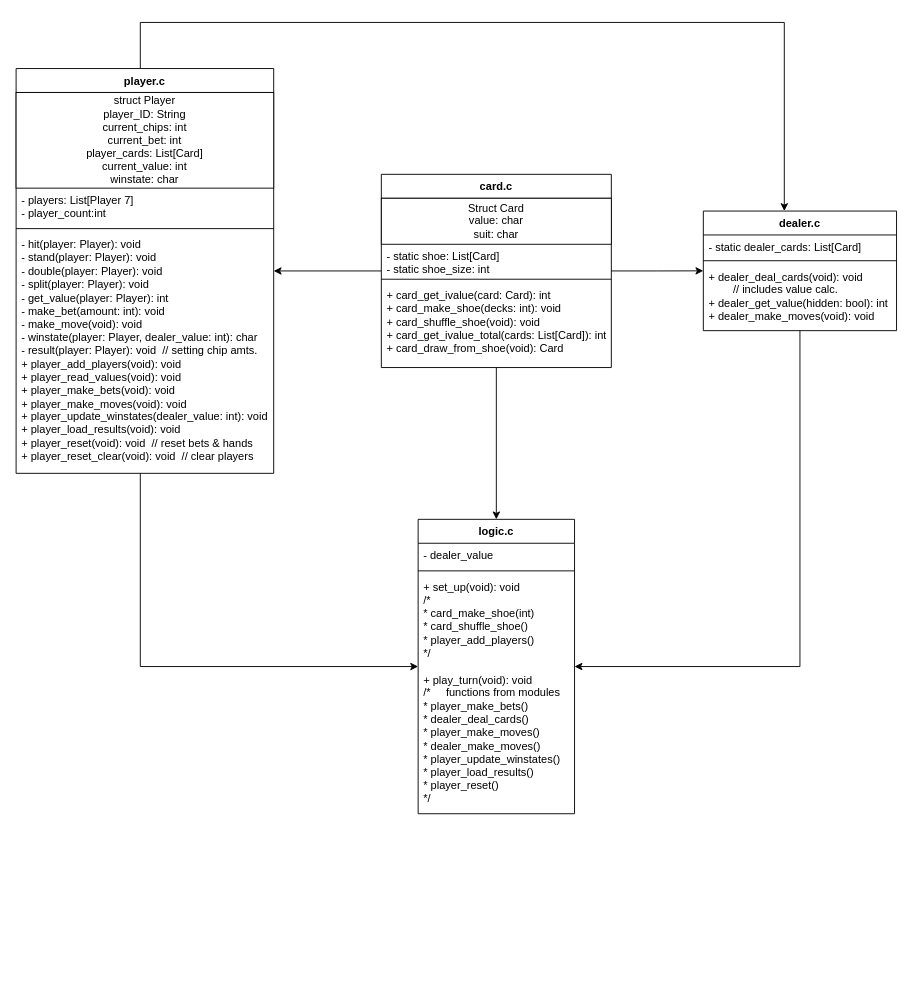
BigDave0071/BlackJackRemake keeps this draw.io diagram as misc/BlackJackRemakeUML.drawio. Above is the earlier version. Source tidied: cells renumbered, new cells numbered last; positions are measured from the earlier drawing's top-left corner, leaving out a move shared by most shapes. Both pictures are drawn from the tidied source at 92%, with x=0, y=0 at pixel (16, 22).
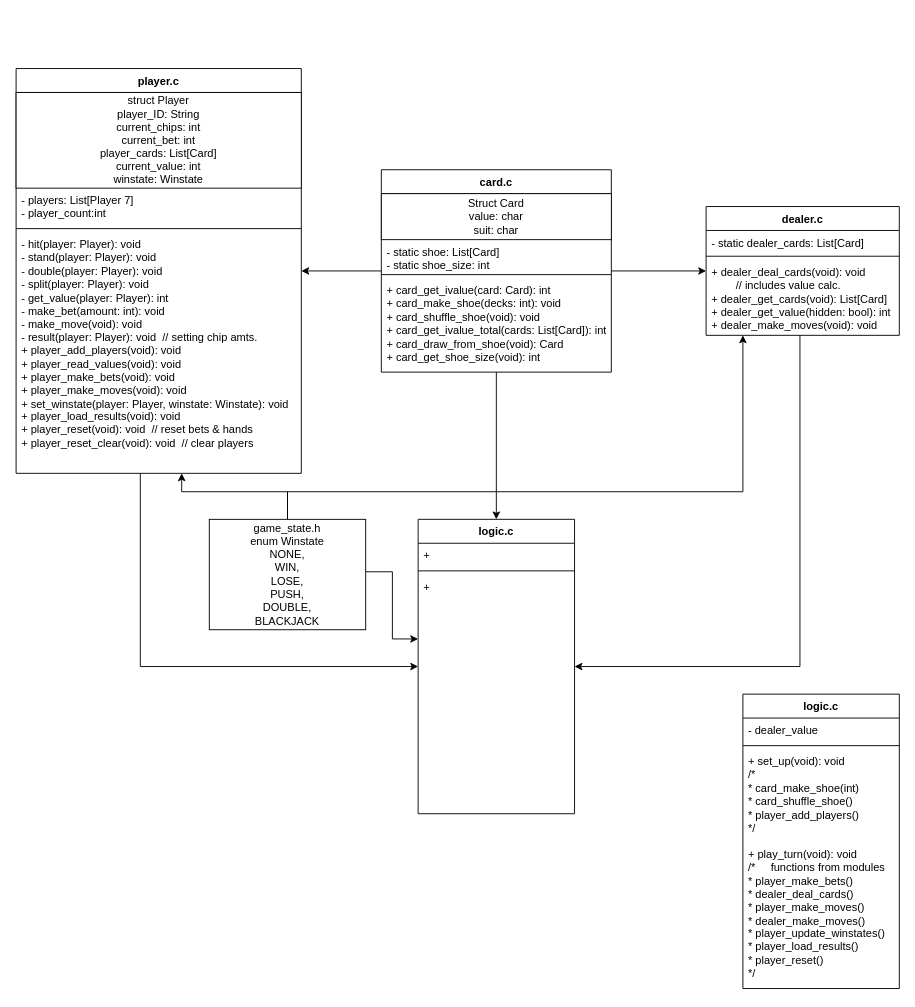
The same page after the edit.

Commit message (it also covers changes not shown here):
Modified UML diagram to add a winstate enum also looking to separate logic from player.c and dealer.c

The change refers to these unchanged cells:
```xml
<mxCell id="22" value="logic.c" style="swimlane;fontStyle=1;align=center;verticalAlign=top;horizontal=1;startSize=26;whiteSpace=wrap;html=1;" parent="1" vertex="1">
  <mxGeometry x="437" y="540" width="170" height="320" as="geometry" />
</mxCell>
```

Change to the diagram source:
```diff
@@
     <mxCell id="5" value="card.c" style="swimlane;fontStyle=1;align=center;verticalAlign=top;horizontal=1;startSize=26;whiteSpace=wrap;html=1;" parent="1" vertex="1">
-      <mxGeometry x="397" y="165" width="250" height="210" as="geometry" />
+      <mxGeometry x="397" y="160" width="250" height="220" as="geometry" />
     </mxCell>
@@
-    <mxCell id="9" value="&lt;div&gt;+ card_get_ivalue(card: Card): int&lt;br&gt;&lt;/div&gt;+ card_make_shoe(decks: int): void&lt;div&gt;+ card_shuffle_shoe(void): void&lt;/div&gt;&lt;div&gt;+ card_get_ivalue_total(cards: List[Card]): int&lt;/div&gt;&lt;div&gt;+ card_draw_from_shoe(void): Card&lt;/div&gt;&lt;div style=&quot;display:none&quot; id=&quot;SDCloudData&quot;&gt;&lt;/div&gt;" style="text;strokeColor=none;fillColor=none;align=left;verticalAlign=top;spacingLeft=4;spacingRight=4;overflow=hidden;whiteSpace=wrap;html=1;" parent="5" vertex="1">
-      <mxGeometry y="118" width="250" height="92" as="geometry" />
+    <mxCell id="9" value="&lt;div&gt;+ card_get_ivalue(card: Card): int&lt;br&gt;&lt;/div&gt;+ card_make_shoe(decks: int): void&lt;div&gt;+ card_shuffle_shoe(void): void&lt;/div&gt;&lt;div&gt;+ card_get_ivalue_total(cards: List[Card]): int&lt;/div&gt;&lt;div&gt;+ card_draw_from_shoe(void): Card&lt;/div&gt;&lt;div&gt;+ card_get_shoe_size(void): int&lt;/div&gt;&lt;div style=&quot;display:none&quot; id=&quot;SDCloudData&quot;&gt;&lt;/div&gt;" style="text;strokeColor=none;fillColor=none;align=left;verticalAlign=top;spacingLeft=4;spacingRight=4;overflow=hidden;whiteSpace=wrap;html=1;" parent="5" vertex="1">
+      <mxGeometry y="118" width="250" height="102" as="geometry" />
     </mxCell>
@@
     <mxCell id="11" value="dealer.c" style="swimlane;fontStyle=1;align=center;verticalAlign=top;horizontal=1;startSize=26;whiteSpace=wrap;html=1;" parent="1" vertex="1">
-      <mxGeometry x="747" y="204.9" width="210" height="130" as="geometry" />
+      <mxGeometry x="750" y="200" width="210" height="140" as="geometry" />
     </mxCell>
@@
-    <mxCell id="14" value="&lt;div&gt;&lt;span style=&quot;background-color: transparent; color: light-dark(rgb(0, 0, 0), rgb(255, 255, 255));&quot;&gt;+ dealer_deal_cards(void): void&lt;/span&gt;&lt;br&gt;&lt;/div&gt;&lt;div&gt;&lt;span style=&quot;white-space: pre;&quot;&gt;&#9;&lt;/span&gt;// includes value calc.&lt;br&gt;&lt;/div&gt;&lt;div&gt;+ dealer_get_value(hidden: bool): int&lt;/div&gt;&lt;div&gt;+ dealer_make_moves(void): void&lt;/div&gt;" style="text;strokeColor=none;fillColor=none;align=left;verticalAlign=top;spacingLeft=4;spacingRight=4;overflow=hidden;whiteSpace=wrap;html=1;" parent="11" vertex="1">
-      <mxGeometry y="58" width="210" height="72" as="geometry" />
+    <mxCell id="14" value="&lt;div&gt;&lt;span style=&quot;background-color: transparent; color: light-dark(rgb(0, 0, 0), rgb(255, 255, 255));&quot;&gt;+ dealer_deal_cards(void): void&lt;/span&gt;&lt;br&gt;&lt;/div&gt;&lt;div&gt;&lt;span style=&quot;white-space: pre;&quot;&gt;&#9;&lt;/span&gt;// includes value calc.&lt;br&gt;&lt;/div&gt;&lt;div&gt;+ dealer_get_cards(void): List[Card]&lt;/div&gt;&lt;div&gt;+ dealer_get_value(hidden: bool): int&lt;/div&gt;&lt;div&gt;+ dealer_make_moves(void): void&lt;/div&gt;" style="text;strokeColor=none;fillColor=none;align=left;verticalAlign=top;spacingLeft=4;spacingRight=4;overflow=hidden;whiteSpace=wrap;html=1;" parent="11" vertex="1">
+      <mxGeometry y="58" width="210" height="82" as="geometry" />
     </mxCell>
-    <mxCell id="15" style="edgeStyle=orthogonalEdgeStyle;rounded=0;jettySize=auto;html=1;" parent="1" edge="1" source="17" target="11">
-      <mxGeometry relative="1" as="geometry">
-        <Array as="points">
-          <mxPoint x="135" y="-0.1" />
-          <mxPoint x="835" y="-0.1" />
-        </Array>
-      </mxGeometry>
-    </mxCell>
@@
     <mxCell id="17" value="player.c" style="swimlane;fontStyle=1;align=center;verticalAlign=top;horizontal=1;startSize=26;whiteSpace=wrap;html=1;" parent="1" vertex="1">
-      <mxGeometry y="50" width="280" height="440" as="geometry" />
+      <mxGeometry y="50" width="310" height="440" as="geometry" />
     </mxCell>
-    <mxCell id="18" value="struct Player&lt;div&gt;player_ID: String&lt;/div&gt;&lt;div&gt;current_chips: int&lt;/div&gt;&lt;div&gt;current_bet: int&lt;/div&gt;&lt;div&gt;&lt;span style=&quot;background-color: transparent; color: light-dark(rgb(0, 0, 0), rgb(255, 255, 255));&quot;&gt;player_cards: List[Card]&lt;/span&gt;&lt;/div&gt;&lt;div&gt;current_value: int&lt;/div&gt;&lt;div&gt;winstate: char&lt;/div&gt;" style="html=1;whiteSpace=wrap;" parent="17" vertex="1">
-      <mxGeometry y="26" width="280" height="104" as="geometry" />
+    <mxCell id="18" value="struct Player&lt;div&gt;player_ID: String&lt;/div&gt;&lt;div&gt;current_chips: int&lt;/div&gt;&lt;div&gt;current_bet: int&lt;/div&gt;&lt;div&gt;&lt;span style=&quot;background-color: transparent; color: light-dark(rgb(0, 0, 0), rgb(255, 255, 255));&quot;&gt;player_cards: List[Card]&lt;/span&gt;&lt;/div&gt;&lt;div&gt;current_value: int&lt;/div&gt;&lt;div&gt;winstate: Winstate&lt;/div&gt;" style="html=1;whiteSpace=wrap;" parent="17" vertex="1">
+      <mxGeometry y="26" width="310" height="104" as="geometry" />
     </mxCell>
     <mxCell id="19" value="- players: List[Player 7]&lt;div&gt;- player_count:int&lt;/div&gt;" style="text;strokeColor=none;fillColor=none;align=left;verticalAlign=top;spacingLeft=4;spacingRight=4;overflow=hidden;whiteSpace=wrap;html=1;" parent="17" vertex="1">
-      <mxGeometry y="130" width="280" height="40" as="geometry" />
+      <mxGeometry y="130" width="310" height="40" as="geometry" />
     </mxCell>
     <mxCell id="20" style="line;strokeWidth=1;fillColor=none;align=left;verticalAlign=middle;spacingTop=-1;spacingLeft=3;spacingRight=3;labelPosition=right;strokeColor=inherit;" parent="17" vertex="1">
-      <mxGeometry y="170" width="280" height="8" as="geometry" />
+      <mxGeometry y="170" width="310" height="8" as="geometry" />
     </mxCell>
-    <mxCell id="21" value="&lt;div&gt;&lt;div&gt;&lt;div&gt;- hit(player: Player): void&lt;/div&gt;&lt;div&gt;- stand(player: Player): void&lt;/div&gt;&lt;div&gt;- double(player: Player): void&lt;/div&gt;&lt;div&gt;- split(player: Player): void&lt;/div&gt;&lt;/div&gt;&lt;div&gt;- get_value(player: Player): int&lt;/div&gt;&lt;/div&gt;&lt;div&gt;- make_bet(amount: int): void&lt;/div&gt;&lt;div&gt;- make_move(void): void&lt;/div&gt;&lt;div&gt;- winstate(player: Player, dealer_value: int): char&lt;/div&gt;&lt;div&gt;- result(player: Player): void&amp;nbsp; // setting chip amts.&lt;/div&gt;&lt;div&gt;+ player_add_players(void): void&lt;br&gt;&lt;/div&gt;&lt;div&gt;+ player_read_values(void): void&lt;/div&gt;+ player_make&lt;span style=&quot;background-color: transparent; color: light-dark(rgb(0, 0, 0), rgb(255, 255, 255));&quot;&gt;_bets(void): void&lt;/span&gt;&lt;div&gt;&lt;div&gt;+ player_make_moves(void): void&lt;/div&gt;&lt;/div&gt;&lt;div&gt;+ player_update_winstates(dealer_value: int): void&lt;/div&gt;&lt;div&gt;+ player_load_results(void): void&lt;/div&gt;&lt;div&gt;+ player_reset(void): void&amp;nbsp; // reset bets &amp;amp; hands&lt;/div&gt;&lt;div&gt;+ player_reset_clear(void): void&amp;nbsp; // clear players&lt;/div&gt;" style="text;strokeColor=none;fillColor=none;align=left;verticalAlign=top;spacingLeft=4;spacingRight=4;overflow=hidden;points=[[0,0.5],[1,0.5]];portConstraint=eastwest;whiteSpace=wrap;html=1;" parent="17" vertex="1">
-      <mxGeometry y="178" width="280" height="262" as="geometry" />
+    <mxCell id="21" value="&lt;div&gt;&lt;div&gt;&lt;div&gt;- hit(player: Player): void&lt;/div&gt;&lt;div&gt;- stand(player: Player): void&lt;/div&gt;&lt;div&gt;- double(player: Player): void&lt;/div&gt;&lt;div&gt;- split(player: Player): void&lt;/div&gt;&lt;/div&gt;&lt;div&gt;- get_value(player: Player): int&lt;/div&gt;&lt;/div&gt;&lt;div&gt;- make_bet(amount: int): void&lt;/div&gt;&lt;div&gt;- make_move(void): void&lt;/div&gt;&lt;div&gt;&lt;span style=&quot;background-color: transparent; color: light-dark(rgb(0, 0, 0), rgb(255, 255, 255));&quot;&gt;- result(player: Player): void&amp;nbsp; // setting chip amts.&lt;/span&gt;&lt;br&gt;&lt;/div&gt;&lt;div&gt;+ player_add_players(void): void&lt;br&gt;&lt;/div&gt;&lt;div&gt;+ player_read_values(void): void&lt;/div&gt;+ player_make&lt;span style=&quot;background-color: transparent; color: light-dark(rgb(0, 0, 0), rgb(255, 255, 255));&quot;&gt;_bets(void): void&lt;/span&gt;&lt;div&gt;&lt;div&gt;+ player_make_moves(void): void&lt;/div&gt;&lt;/div&gt;&lt;div&gt;&lt;div&gt;+ set_winstate(player: Player, winstate: Winstate): void&lt;/div&gt;&lt;/div&gt;&lt;div&gt;&lt;span style=&quot;background-color: transparent; color: light-dark(rgb(0, 0, 0), rgb(255, 255, 255));&quot;&gt;+ player_load_results(void): void&lt;/span&gt;&lt;br&gt;&lt;/div&gt;&lt;div&gt;+ player_reset(void): void&amp;nbsp; // reset bets &amp;amp; hands&lt;/div&gt;&lt;div&gt;+ player_reset_clear(void): void&amp;nbsp; // clear players&lt;/div&gt;" style="text;strokeColor=none;fillColor=none;align=left;verticalAlign=top;spacingLeft=4;spacingRight=4;overflow=hidden;points=[[0,0.5],[1,0.5]];portConstraint=eastwest;whiteSpace=wrap;html=1;" parent="17" vertex="1">
+      <mxGeometry y="178" width="310" height="262" as="geometry" />
     </mxCell>
@@
-    <mxCell id="23" value="- dealer_value" style="text;strokeColor=none;fillColor=none;align=left;verticalAlign=top;spacingLeft=4;spacingRight=4;overflow=hidden;whiteSpace=wrap;html=1;" parent="22" vertex="1">
+    <mxCell id="23" value="+" style="text;strokeColor=none;fillColor=none;align=left;verticalAlign=top;spacingLeft=4;spacingRight=4;overflow=hidden;whiteSpace=wrap;html=1;" parent="22" vertex="1">
       <mxGeometry y="26" width="170" height="26" as="geometry" />
     </mxCell>
@@
-    <mxCell id="25" value="&lt;div&gt;&lt;/div&gt;&lt;div&gt;+ set_up(void): void&lt;/div&gt;&lt;div&gt;&lt;div&gt;/*&lt;/div&gt;&lt;div&gt;* card_make_shoe(int)&lt;/div&gt;&lt;div&gt;* card_shuffle_shoe()&lt;/div&gt;&lt;div&gt;* player_add_players()&lt;/div&gt;&lt;/div&gt;&lt;div&gt;*/&amp;nbsp;&lt;br&gt;&lt;/div&gt;&lt;div&gt;&lt;br&gt;&lt;/div&gt;&lt;div&gt;+ play_turn(void): void&lt;/div&gt;&lt;div&gt;/*&amp;nbsp; &amp;nbsp; &amp;nbsp;functions from modules&lt;/div&gt;&lt;div&gt;&lt;span style=&quot;background-color: transparent; color: light-dark(rgb(0, 0, 0), rgb(255, 255, 255));&quot;&gt;* player_make_bets()&lt;/span&gt;&lt;br&gt;&lt;/div&gt;&lt;div&gt;* dealer_deal_cards()&lt;/div&gt;&lt;div&gt;* player_make_moves()&lt;/div&gt;&lt;div&gt;* dealer_make_moves()&lt;/div&gt;&lt;div&gt;* player_update_winstates()&lt;/div&gt;&lt;div&gt;* player_load_results()&lt;/div&gt;&lt;div&gt;* player_reset()&lt;/div&gt;&lt;div&gt;*/&lt;/div&gt;" style="text;strokeColor=none;fillColor=none;align=left;verticalAlign=top;spacingLeft=4;spacingRight=4;overflow=hidden;whiteSpace=wrap;html=1;" parent="22" vertex="1">
+    <mxCell id="25" value="&lt;div&gt;&lt;/div&gt;&lt;div&gt;+&lt;/div&gt;" style="text;strokeColor=none;fillColor=none;align=left;verticalAlign=top;spacingLeft=4;spacingRight=4;overflow=hidden;whiteSpace=wrap;html=1;" parent="22" vertex="1">
       <mxGeometry y="60" width="170" height="260" as="geometry" />
     </mxCell>
+    <mxCell id="26" value="logic.c" style="swimlane;fontStyle=1;align=center;verticalAlign=top;horizontal=1;startSize=26;whiteSpace=wrap;html=1;" parent="1" vertex="1">
+      <mxGeometry x="790" y="730" width="170" height="320" as="geometry" />
+    </mxCell>
+    <mxCell id="27" value="- dealer_value" style="text;strokeColor=none;fillColor=none;align=left;verticalAlign=top;spacingLeft=4;spacingRight=4;overflow=hidden;whiteSpace=wrap;html=1;" parent="26" vertex="1">
+      <mxGeometry y="26" width="170" height="26" as="geometry" />
+    </mxCell>
+    <mxCell id="28" style="line;strokeWidth=1;fillColor=none;align=left;verticalAlign=middle;spacingTop=-1;spacingLeft=3;spacingRight=3;labelPosition=right;strokeColor=inherit;" parent="26" vertex="1">
+      <mxGeometry y="52" width="170" height="8" as="geometry" />
+    </mxCell>
+    <mxCell id="29" value="&lt;div&gt;&lt;/div&gt;&lt;div&gt;+ set_up(void): void&lt;/div&gt;&lt;div&gt;&lt;div&gt;/*&lt;/div&gt;&lt;div&gt;* card_make_shoe(int)&lt;/div&gt;&lt;div&gt;* card_shuffle_shoe()&lt;/div&gt;&lt;div&gt;* player_add_players()&lt;/div&gt;&lt;/div&gt;&lt;div&gt;*/&amp;nbsp;&lt;br&gt;&lt;/div&gt;&lt;div&gt;&lt;br&gt;&lt;/div&gt;&lt;div&gt;+ play_turn(void): void&lt;/div&gt;&lt;div&gt;/*&amp;nbsp; &amp;nbsp; &amp;nbsp;functions from modules&lt;/div&gt;&lt;div&gt;&lt;span style=&quot;background-color: transparent; color: light-dark(rgb(0, 0, 0), rgb(255, 255, 255));&quot;&gt;* player_make_bets()&lt;/span&gt;&lt;br&gt;&lt;/div&gt;&lt;div&gt;* dealer_deal_cards()&lt;/div&gt;&lt;div&gt;* player_make_moves()&lt;/div&gt;&lt;div&gt;* dealer_make_moves()&lt;/div&gt;&lt;div&gt;* player_update_winstates()&lt;/div&gt;&lt;div&gt;* player_load_results()&lt;/div&gt;&lt;div&gt;* player_reset()&lt;/div&gt;&lt;div&gt;*/&lt;/div&gt;" style="text;strokeColor=none;fillColor=none;align=left;verticalAlign=top;spacingLeft=4;spacingRight=4;overflow=hidden;whiteSpace=wrap;html=1;" parent="26" vertex="1">
+      <mxGeometry y="60" width="170" height="260" as="geometry" />
+    </mxCell>
+    <mxCell id="30" style="edgeStyle=orthogonalEdgeStyle;rounded=0;jettySize=auto;html=1;" parent="1" edge="1" source="33" target="22">
+      <mxGeometry relative="1" as="geometry">
+        <Array as="points">
+          <mxPoint x="409" y="597" />
+          <mxPoint x="409" y="670" />
+        </Array>
+      </mxGeometry>
+    </mxCell>
+    <mxCell id="31" style="edgeStyle=orthogonalEdgeStyle;rounded=0;jettySize=auto;html=1;" parent="1" edge="1" source="33" target="21">
+      <mxGeometry relative="1" as="geometry">
+        <Array as="points">
+          <mxPoint x="295" y="510" />
+          <mxPoint x="180" y="510" />
+        </Array>
+      </mxGeometry>
+    </mxCell>
+    <mxCell id="32" style="edgeStyle=orthogonalEdgeStyle;rounded=0;jettySize=auto;html=1;" parent="1" edge="1" source="33" target="11">
+      <mxGeometry relative="1" as="geometry">
+        <Array as="points">
+          <mxPoint x="295" y="510" />
+          <mxPoint x="790" y="510" />
+        </Array>
+      </mxGeometry>
+    </mxCell>
+    <mxCell id="33" value="&lt;div&gt;game_state.h&lt;/div&gt;enum Winstate&lt;div&gt;NONE,&lt;/div&gt;&lt;div&gt;WIN,&lt;/div&gt;&lt;div&gt;LOSE,&lt;/div&gt;&lt;div&gt;PUSH,&lt;/div&gt;&lt;div&gt;DOUBLE,&lt;/div&gt;&lt;div&gt;BLACKJACK&lt;/div&gt;" style="html=1;whiteSpace=wrap;" parent="1" vertex="1">
+      <mxGeometry x="210" y="540" width="170" height="120" as="geometry" />
+    </mxCell>
```
